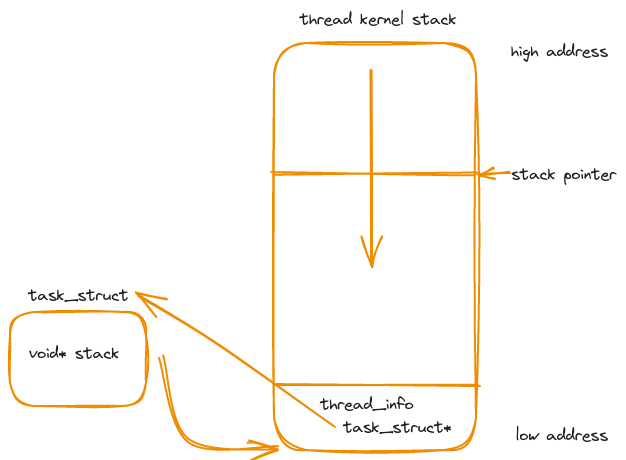
This is image/thread_kernel_stack.png from chi199702/notes, a Excalidraw export, as it was before one commit. Source tidied: one line per element, renumbered; positions are measured from the earlier drawing's top-left corner, leaving out a move shared by most shapes.
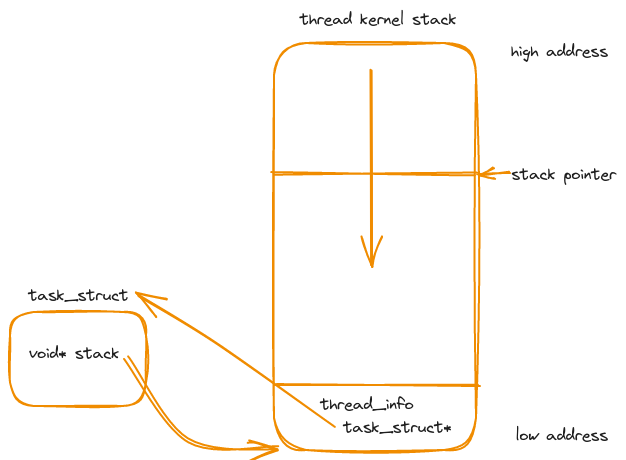
Above is the later version.

Change to the diagram source:
```diff
@@ -12,5 +12,5 @@
 {"id": 11, "type": "rectangle", "strokeColor": "#f08c00", "strokeWidth": 2, "roughness": 2, "round": true, "x": 0, "y": 302, "width": 136, "height": 94}
 {"id": 12, "type": "text", "text": "task_struct", "strokeColor": "#1e1e1e", "strokeWidth": 2, "roughness": 2, "fontSize": 16, "fontFamily": 1, "x": 18, "y": 276, "width": 100, "height": 20}
 {"id": 13, "type": "text", "text": "void* stack", "strokeColor": "#1e1e1e", "strokeWidth": 2, "roughness": 2, "fontSize": 16, "fontFamily": 1, "x": 19, "y": 334, "width": 90, "height": 20}
-{"id": 14, "type": "arrow", "strokeColor": "#f08c00", "strokeWidth": 2, "roughness": 2, "endArrowhead": "arrow", "round": true, "from": 11, "x": 151, "y": 348, "width": 118, "height": 88, "points": [[0, 0], [25, 83], [118, 88]]}
+{"id": 14, "type": "arrow", "strokeColor": "#f08c00", "strokeWidth": 2, "roughness": 2, "endArrowhead": "arrow", "round": true, "from": 13, "x": 116, "y": 349, "width": 153, "height": 87, "points": [[0, 0], [60, 82], [153, 87]]}
 {"id": 15, "type": "arrow", "strokeColor": "#f08c00", "strokeWidth": 2, "roughness": 1, "endArrowhead": "arrow", "round": true, "from": 10, "to": 12, "x": 325, "y": 417, "width": 196, "height": 132, "points": [[0, 0], [-119, -83], [-196, -132]]}
```
